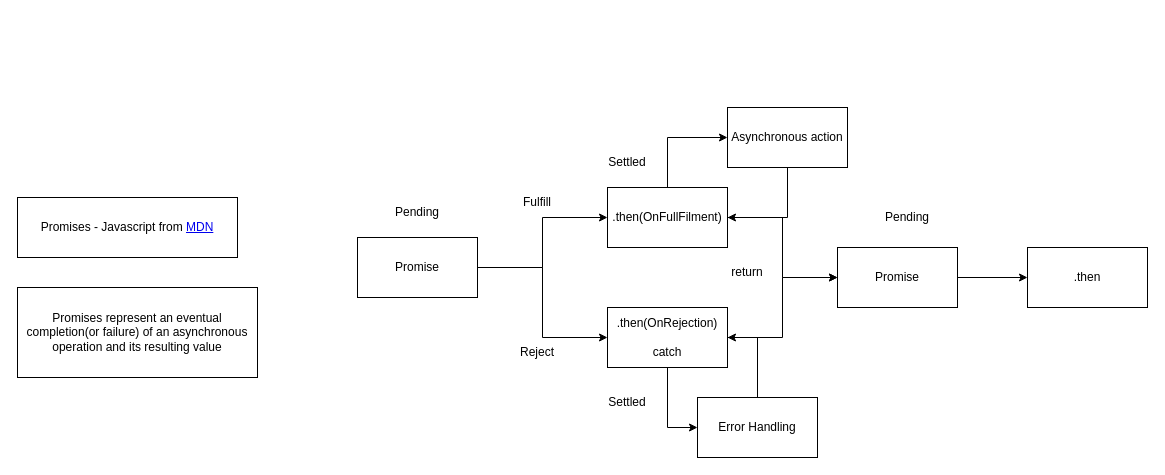
Before: Javascript.drawio in KaidenCoder/DrawIORepo, a draw.io diagram. Source tidied: cells renumbered, new cells numbered last; positions are measured from the earlier drawing's top-left corner, leaving out a move shared by most shapes. Both pictures are drawn from the tidied source at 100%, with x=0, y=0 at pixel (17, 107).
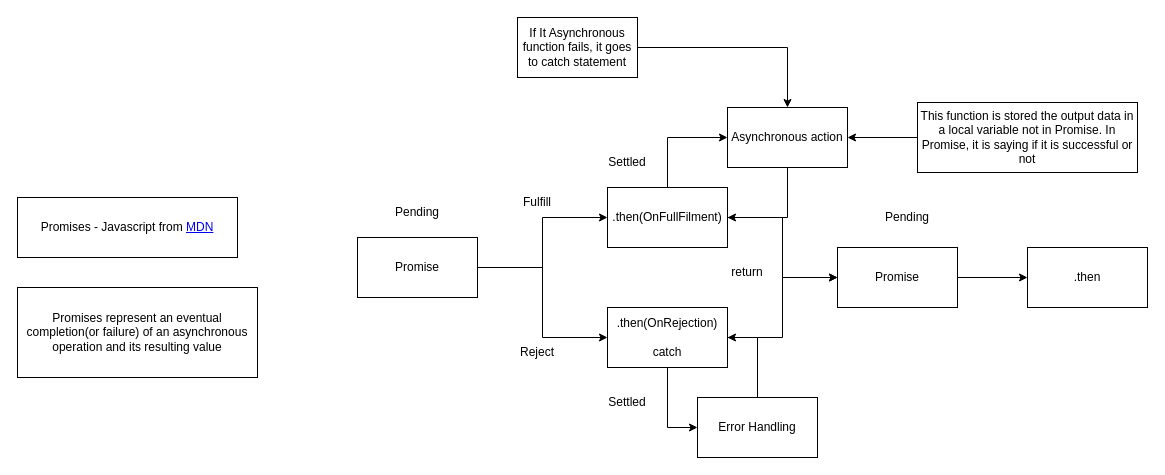
Above is the later version.

Unchanged cells that the change refers to:
```xml
<mxCell id="14" value="Asynchronous action" style="rounded=0;whiteSpace=wrap;html=1;" parent="1" vertex="1">
  <mxGeometry x="710" width="120" height="60" as="geometry" />
</mxCell>
```

Change to the diagram source:
```diff
@@
+    <mxCell id="27" style="edgeStyle=orthogonalEdgeStyle;rounded=0;jettySize=auto;html=1;entryX=1;entryY=0.5;entryDx=0;entryDy=0;" parent="1" edge="1" source="28" target="14">
+      <mxGeometry relative="1" as="geometry" />
+    </mxCell>
+    <mxCell id="28" value="This function is stored the output data in a local variable not in Promise. In Promise, it is saying if it is successful or not" style="rounded=0;whiteSpace=wrap;html=1;" parent="1" vertex="1">
+      <mxGeometry x="900" y="-5" width="220" height="70" as="geometry" />
+    </mxCell>
+    <mxCell id="29" style="edgeStyle=orthogonalEdgeStyle;rounded=0;jettySize=auto;html=1;" parent="1" edge="1" source="30" target="14">
+      <mxGeometry relative="1" as="geometry" />
+    </mxCell>
+    <mxCell id="30" value="If It Asynchronous function fails, it goes to catch statement" style="rounded=0;whiteSpace=wrap;html=1;" parent="1" vertex="1">
+      <mxGeometry x="500" y="-90" width="120" height="60" as="geometry" />
+    </mxCell>
```
